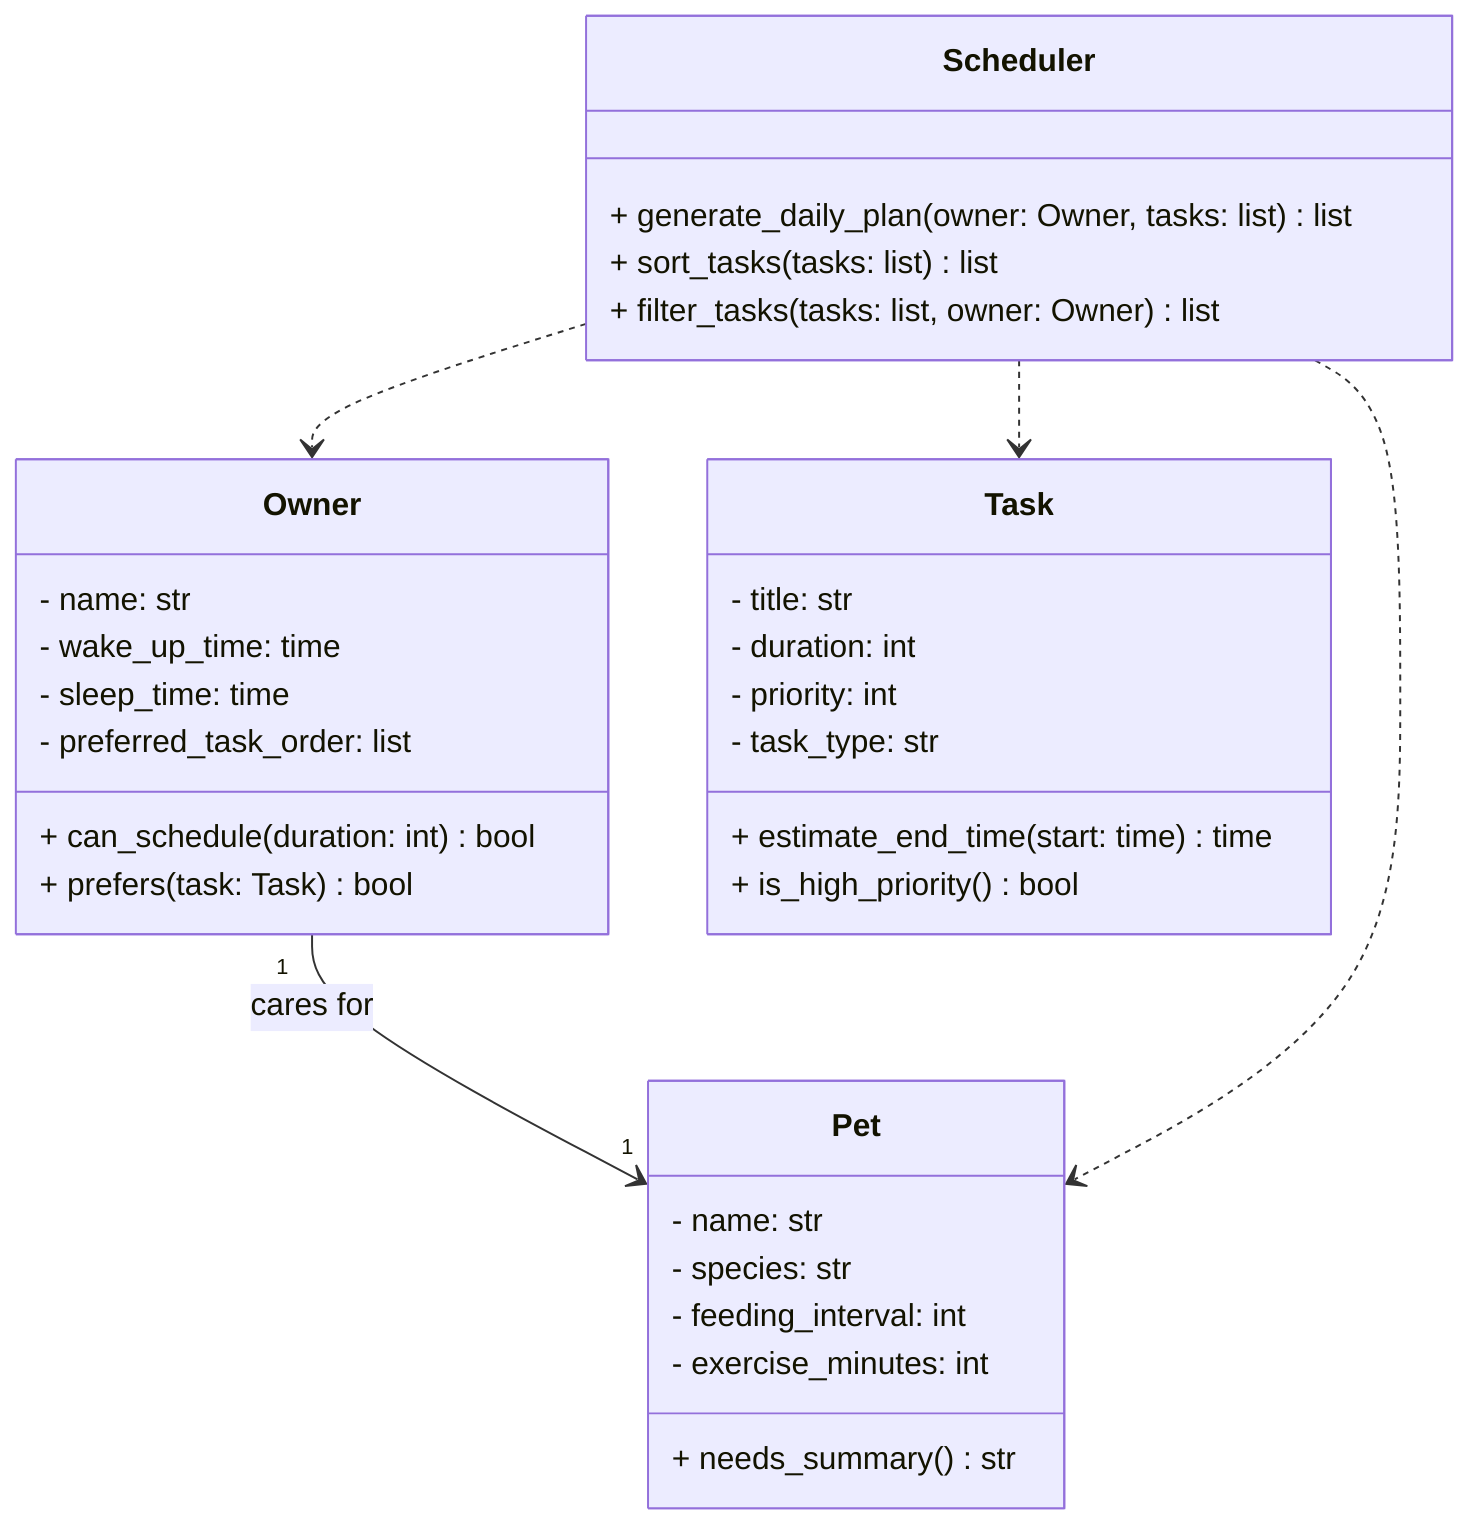
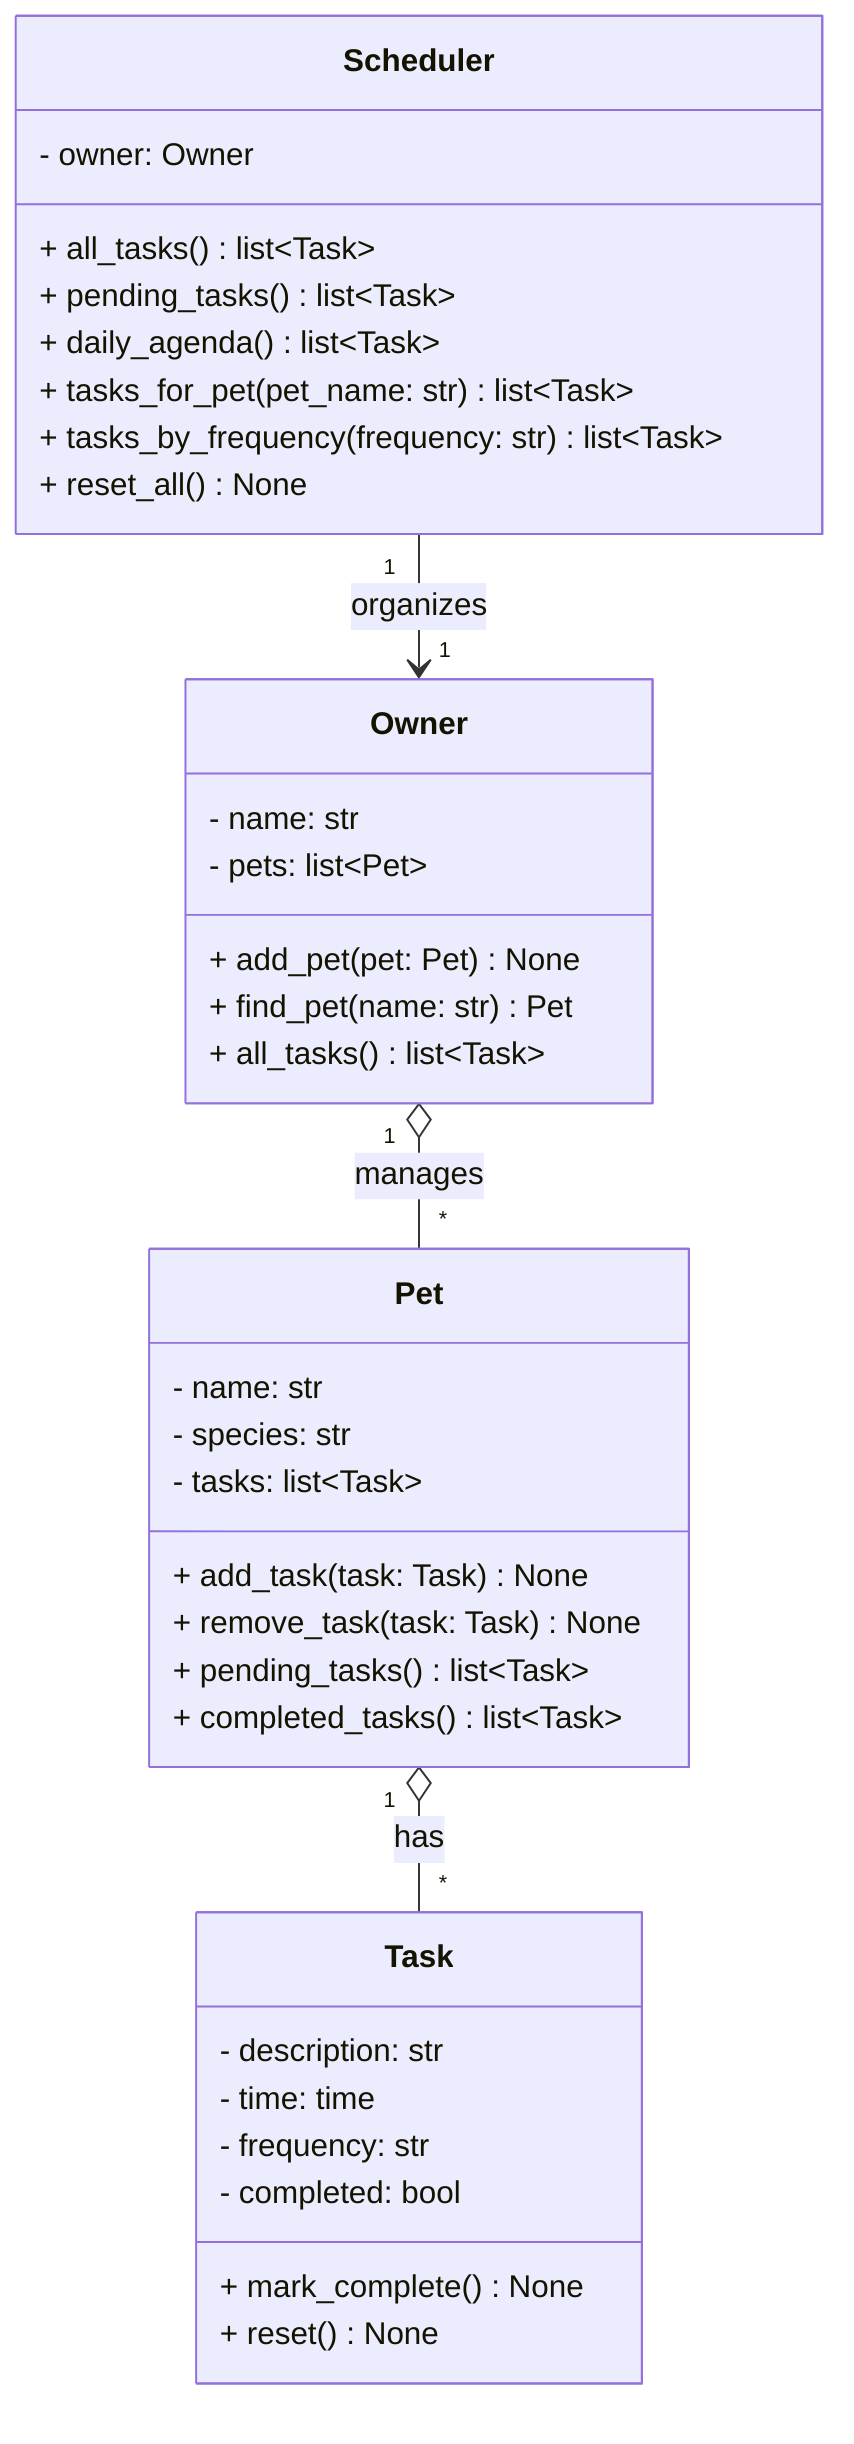
classDiagram
+     class Task {
+       - description: str
+       - time: time
+       - frequency: str
+       - completed: bool
+       + mark_complete() None
+       + reset() None
+     }
+ 
    class Pet {
      - name: str
      - species: str
-       - feeding_interval: int
-       - exercise_minutes: int
-       + needs_summary() str
+       - tasks: list~Task~
+       + add_task(task: Task) None
+       + remove_task(task: Task) None
+       + pending_tasks() list~Task~
+       + completed_tasks() list~Task~
    }

    class Owner {
      - name: str
-       - wake_up_time: time
-       - sleep_time: time
-       - preferred_task_order: list
-       + can_schedule(duration: int) bool
-       + prefers(task: Task) bool
-     }
- 
-     class Task {
-       - title: str
-       - duration: int
-       - priority: int
-       - task_type: str
-       + estimate_end_time(start: time) time
-       + is_high_priority() bool
+       - pets: list~Pet~
+       + add_pet(pet: Pet) None
+       + find_pet(name: str) Pet
+       + all_tasks() list~Task~
    }

    class Scheduler {
-       + generate_daily_plan(owner: Owner, tasks: list) list
-       + sort_tasks(tasks: list) list
-       + filter_tasks(tasks: list, owner: Owner) list
+       - owner: Owner
+       + all_tasks() list~Task~
+       + pending_tasks() list~Task~
+       + daily_agenda() list~Task~
+       + tasks_for_pet(pet_name: str) list~Task~
+       + tasks_by_frequency(frequency: str) list~Task~
+       + reset_all() None
    }

-     Owner "1" --> "1" Pet : cares for
-     Scheduler ..> Owner
-     Scheduler ..> Task
-     Scheduler ..> Pet
+     Owner "1" o-- "*" Pet : manages
+     Pet "1" o-- "*" Task : has
+     Scheduler "1" --> "1" Owner : organizes
